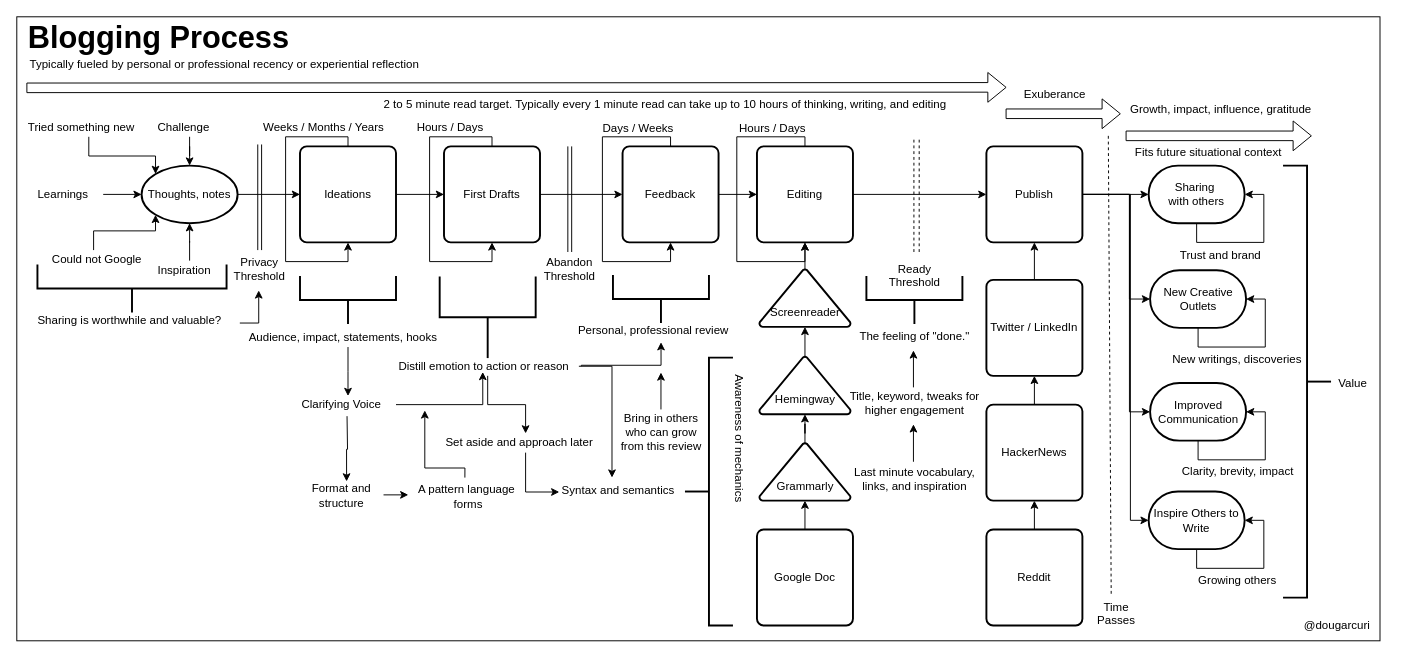
Before: mentoring/diagrams/blogging-process.drawio in solidi/learning-notes, a draw.io diagram. Source tidied: cells renumbered, new cells numbered last; positions are measured from the earlier drawing's top-left corner, leaving out a move shared by most shapes. Both pictures are drawn from the tidied source at 96%, with x=0, y=0 at pixel (16, 16).
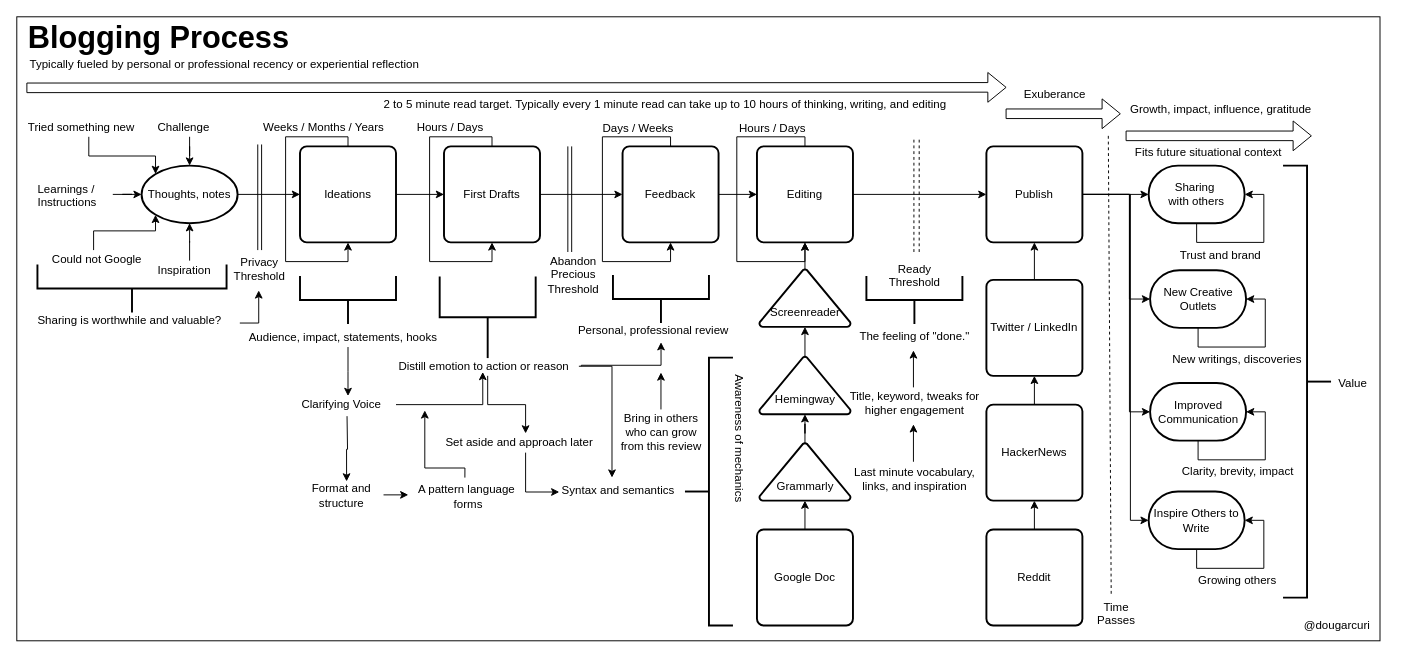
After the change.

Commit message (it also covers changes not shown here):
Add precious threshold and instructions

What changed in the source:
```diff
@@
-    <mxCell id="53" value="Abandon Threshold" style="text;html=1;strokeColor=none;fillColor=none;align=center;verticalAlign=middle;whiteSpace=wrap;rounded=0;" parent="1" vertex="1">
-      <mxGeometry x="555.5" y="253" width="40" height="20" as="geometry" />
+    <mxCell id="53" value="Abandon&lt;br&gt;Precious Threshold" style="text;html=1;strokeColor=none;fillColor=none;align=center;verticalAlign=middle;whiteSpace=wrap;rounded=0;" parent="1" vertex="1">
+      <mxGeometry x="560" y="259" width="40" height="20" as="geometry" />
     </mxCell>
@@
-    <mxCell id="71" value="Learnings" style="text;html=1;points=[];align=left;verticalAlign=top;spacingTop=-4;" parent="1" vertex="1">
-      <mxGeometry x="20" y="175" width="70" height="20" as="geometry" />
+    <mxCell id="71" value="Learnings /&lt;br&gt;Instructions" style="text;html=1;points=[];align=left;verticalAlign=top;spacingTop=-4;" parent="1" vertex="1">
+      <mxGeometry x="20" y="170" width="80" height="30" as="geometry" />
     </mxCell>
```
